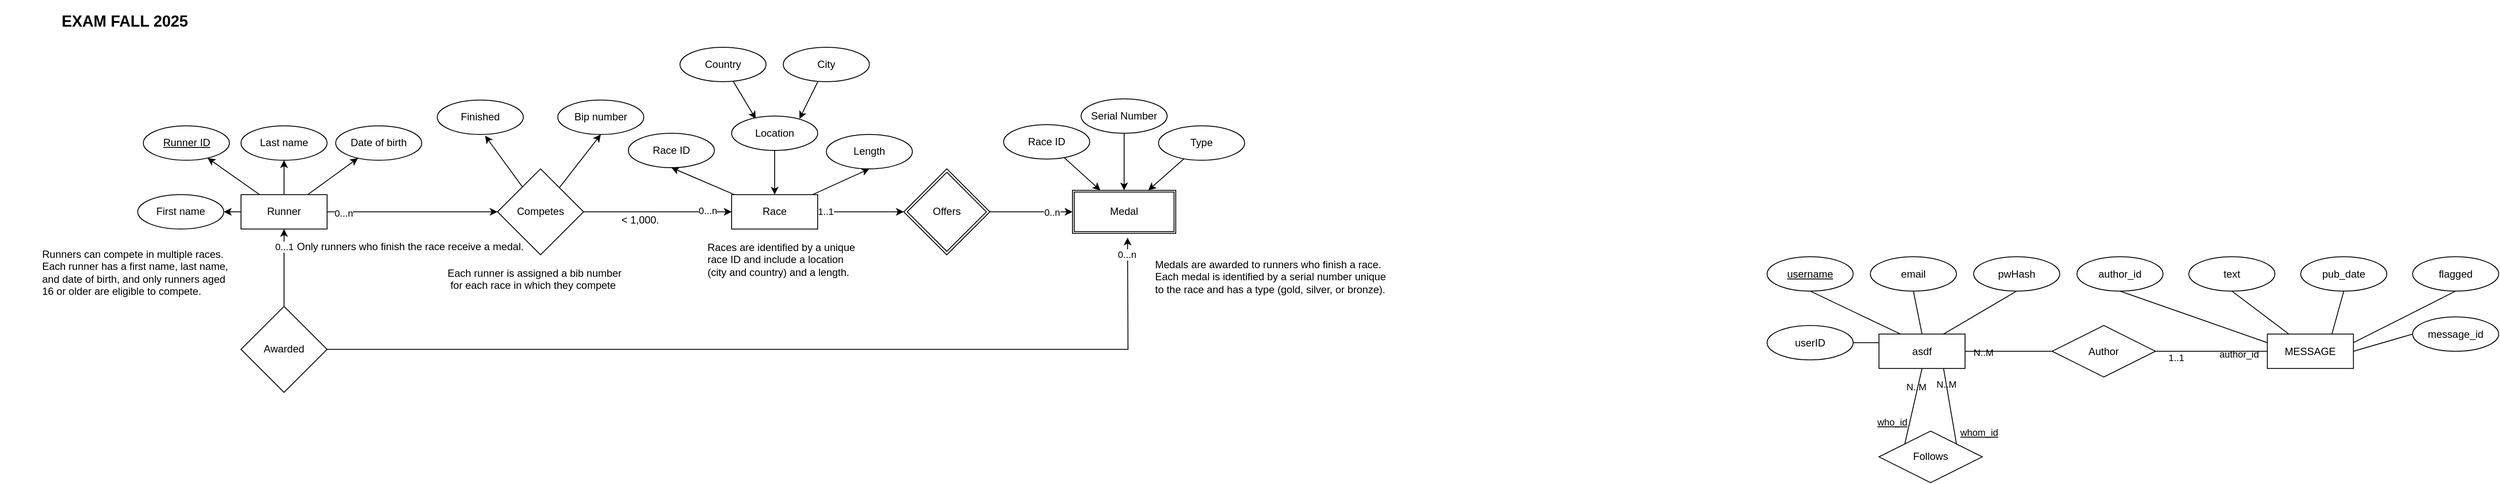
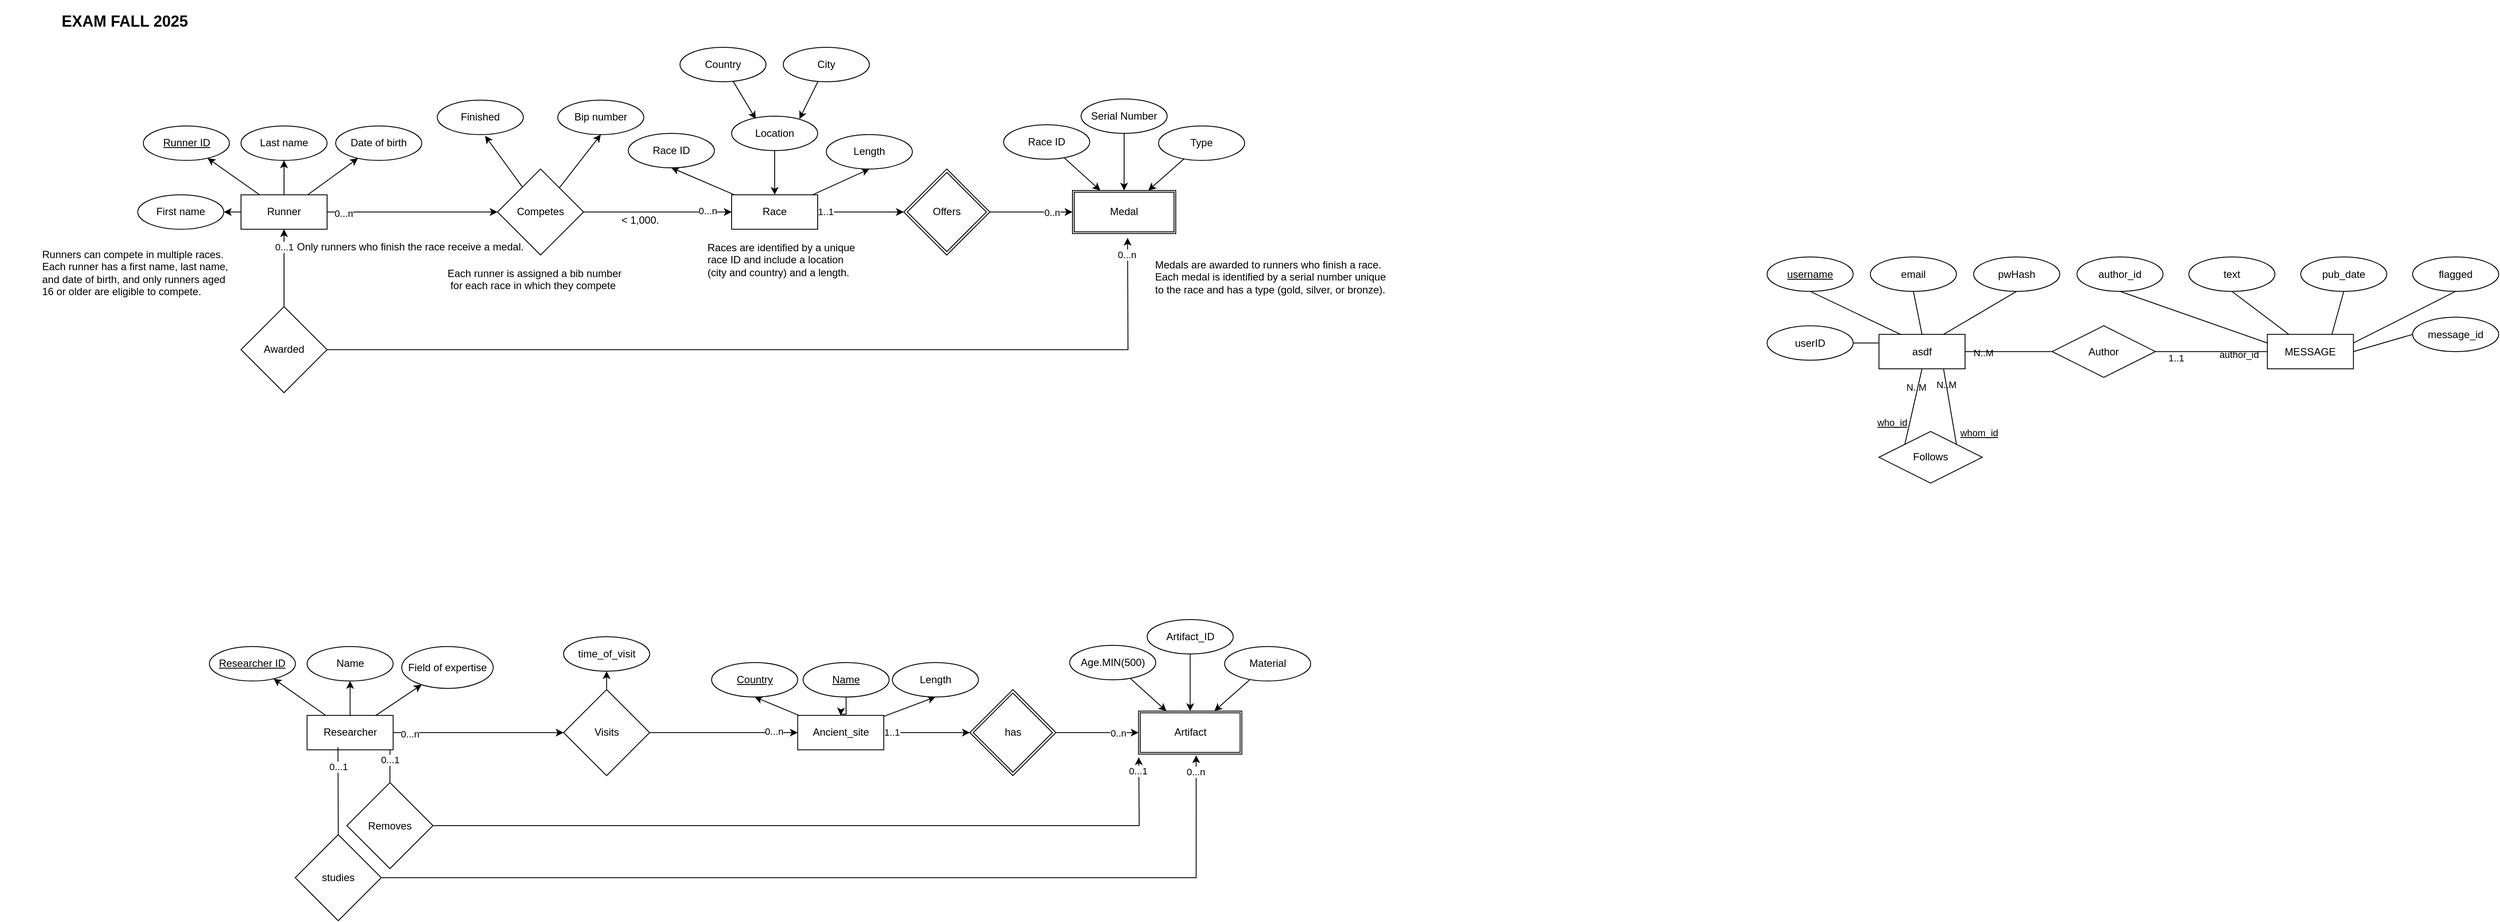
<mxfile host="app.diagrams.net">
  <diagram id="C5RBs43oDa-KdzZeNtuy" name="Page-1">
-     <mxGraphModel dx="1551" dy="530" grid="1" gridSize="10" guides="1" tooltips="1" connect="1" arrows="1" fold="1" page="1" pageScale="1" pageWidth="827" pageHeight="1169" math="0" shadow="0" adaptiveColors="none">
+     <mxGraphModel dx="1486" dy="342" grid="1" gridSize="10" guides="1" tooltips="1" connect="1" arrows="1" fold="1" page="1" pageScale="1" pageWidth="827" pageHeight="1169" math="0" shadow="0" adaptiveColors="none">
      <root>
        <mxCell id="WIyWlLk6GJQsqaUBKTNV-0" />
        <mxCell id="WIyWlLk6GJQsqaUBKTNV-1" parent="WIyWlLk6GJQsqaUBKTNV-0" />
        <mxCell id="LQYX68jRPm9GCqwUAX7i-1" parent="WIyWlLk6GJQsqaUBKTNV-1" style="whiteSpace=wrap;html=1;align=center;labelBackgroundColor=none;" value="asdf" vertex="1">
          <mxGeometry height="40" width="100" x="1389.9999877929688" y="418.6000122070312" as="geometry" />
        </mxCell>
        <mxCell id="LQYX68jRPm9GCqwUAX7i-2" parent="WIyWlLk6GJQsqaUBKTNV-1" style="whiteSpace=wrap;html=1;align=center;labelBackgroundColor=none;" value="MESSAGE" vertex="1">
          <mxGeometry height="40" width="100" x="1841.1999877929688" y="418.6000122070312" as="geometry" />
        </mxCell>
        <mxCell id="LQYX68jRPm9GCqwUAX7i-3" edge="1" parent="WIyWlLk6GJQsqaUBKTNV-1" source="LQYX68jRPm9GCqwUAX7i-4" style="rounded=0;orthogonalLoop=1;jettySize=auto;html=1;exitX=0.5;exitY=1;exitDx=0;exitDy=0;entryX=0.25;entryY=0;entryDx=0;entryDy=0;curved=1;endArrow=none;endFill=0;labelBackgroundColor=none;fontColor=default;" target="LQYX68jRPm9GCqwUAX7i-1">
          <mxGeometry relative="1" as="geometry" />
        </mxCell>
        <mxCell id="LQYX68jRPm9GCqwUAX7i-4" parent="WIyWlLk6GJQsqaUBKTNV-1" style="ellipse;whiteSpace=wrap;html=1;align=center;labelBackgroundColor=none;" value="&lt;u&gt;username&lt;/u&gt;" vertex="1">
          <mxGeometry height="40" width="100" x="1259.9999877929688" y="328.6000122070312" as="geometry" />
        </mxCell>
        <mxCell id="LQYX68jRPm9GCqwUAX7i-5" edge="1" parent="WIyWlLk6GJQsqaUBKTNV-1" source="LQYX68jRPm9GCqwUAX7i-6" style="rounded=0;orthogonalLoop=1;jettySize=auto;html=1;exitX=0.5;exitY=1;exitDx=0;exitDy=0;entryX=0.5;entryY=0;entryDx=0;entryDy=0;curved=1;endArrow=none;endFill=0;labelBackgroundColor=none;fontColor=default;" target="LQYX68jRPm9GCqwUAX7i-1">
          <mxGeometry relative="1" as="geometry" />
        </mxCell>
        <mxCell id="LQYX68jRPm9GCqwUAX7i-6" parent="WIyWlLk6GJQsqaUBKTNV-1" style="ellipse;whiteSpace=wrap;html=1;align=center;labelBackgroundColor=none;" value="email" vertex="1">
          <mxGeometry height="40" width="100" x="1379.9999877929688" y="328.6000122070312" as="geometry" />
        </mxCell>
        <mxCell id="LQYX68jRPm9GCqwUAX7i-7" edge="1" parent="WIyWlLk6GJQsqaUBKTNV-1" source="LQYX68jRPm9GCqwUAX7i-8" style="rounded=0;orthogonalLoop=1;jettySize=auto;html=1;exitX=0.5;exitY=1;exitDx=0;exitDy=0;entryX=0.75;entryY=0;entryDx=0;entryDy=0;curved=1;endArrow=none;endFill=0;labelBackgroundColor=none;fontColor=default;" target="LQYX68jRPm9GCqwUAX7i-1">
          <mxGeometry relative="1" as="geometry" />
        </mxCell>
        <mxCell id="LQYX68jRPm9GCqwUAX7i-8" parent="WIyWlLk6GJQsqaUBKTNV-1" style="ellipse;whiteSpace=wrap;html=1;align=center;labelBackgroundColor=none;" value="pwHash" vertex="1">
          <mxGeometry height="40" width="100" x="1499.9999877929688" y="328.6000122070312" as="geometry" />
        </mxCell>
        <mxCell id="LQYX68jRPm9GCqwUAX7i-9" edge="1" parent="WIyWlLk6GJQsqaUBKTNV-1" source="LQYX68jRPm9GCqwUAX7i-10" style="rounded=0;orthogonalLoop=1;jettySize=auto;html=1;exitX=0.5;exitY=1;exitDx=0;exitDy=0;entryX=0;entryY=0.25;entryDx=0;entryDy=0;curved=1;endArrow=none;endFill=0;labelBackgroundColor=none;fontColor=default;" target="LQYX68jRPm9GCqwUAX7i-2">
          <mxGeometry relative="1" as="geometry" />
        </mxCell>
        <mxCell id="LQYX68jRPm9GCqwUAX7i-10" parent="WIyWlLk6GJQsqaUBKTNV-1" style="ellipse;whiteSpace=wrap;html=1;align=center;labelBackgroundColor=none;" value="author_id" vertex="1">
          <mxGeometry height="40" width="100" x="1619.9999877929688" y="328.6000122070312" as="geometry" />
        </mxCell>
        <mxCell id="LQYX68jRPm9GCqwUAX7i-11" edge="1" parent="WIyWlLk6GJQsqaUBKTNV-1" source="LQYX68jRPm9GCqwUAX7i-12" style="rounded=0;orthogonalLoop=1;jettySize=auto;html=1;exitX=0.5;exitY=1;exitDx=0;exitDy=0;entryX=0.25;entryY=0;entryDx=0;entryDy=0;curved=1;endArrow=none;endFill=0;labelBackgroundColor=none;fontColor=default;" target="LQYX68jRPm9GCqwUAX7i-2">
          <mxGeometry relative="1" as="geometry" />
        </mxCell>
        <mxCell id="LQYX68jRPm9GCqwUAX7i-12" parent="WIyWlLk6GJQsqaUBKTNV-1" style="ellipse;whiteSpace=wrap;html=1;align=center;labelBackgroundColor=none;" value="text" vertex="1">
          <mxGeometry height="40" width="100" x="1749.9999877929688" y="328.6000122070312" as="geometry" />
        </mxCell>
        <mxCell id="LQYX68jRPm9GCqwUAX7i-13" parent="WIyWlLk6GJQsqaUBKTNV-1" style="ellipse;whiteSpace=wrap;html=1;align=center;labelBackgroundColor=none;" value="pub_date" vertex="1">
          <mxGeometry height="40" width="100" x="1879.9999877929688" y="328.6000122070312" as="geometry" />
        </mxCell>
        <mxCell id="LQYX68jRPm9GCqwUAX7i-14" parent="WIyWlLk6GJQsqaUBKTNV-1" style="ellipse;whiteSpace=wrap;html=1;align=center;labelBackgroundColor=none;" value="flagged" vertex="1">
          <mxGeometry height="40" width="100" x="2009.9999877929688" y="328.6000122070312" as="geometry" />
        </mxCell>
        <mxCell id="LQYX68jRPm9GCqwUAX7i-15" edge="1" parent="WIyWlLk6GJQsqaUBKTNV-1" source="LQYX68jRPm9GCqwUAX7i-13" style="rounded=0;orthogonalLoop=1;jettySize=auto;html=1;exitX=0.5;exitY=1;exitDx=0;exitDy=0;entryX=0.75;entryY=0;entryDx=0;entryDy=0;curved=1;endArrow=none;endFill=0;labelBackgroundColor=none;fontColor=default;" target="LQYX68jRPm9GCqwUAX7i-2">
          <mxGeometry relative="1" as="geometry">
            <mxPoint x="1849.9999877929688" y="388.6000122070312" as="sourcePoint" />
            <mxPoint x="1894.9999877929688" y="428.6000122070312" as="targetPoint" />
          </mxGeometry>
        </mxCell>
        <mxCell id="LQYX68jRPm9GCqwUAX7i-16" edge="1" parent="WIyWlLk6GJQsqaUBKTNV-1" source="LQYX68jRPm9GCqwUAX7i-2" style="rounded=0;orthogonalLoop=1;jettySize=auto;html=1;exitX=1;exitY=0.25;exitDx=0;exitDy=0;entryX=0.5;entryY=1;entryDx=0;entryDy=0;curved=1;endArrow=none;endFill=0;labelBackgroundColor=none;fontColor=default;" target="LQYX68jRPm9GCqwUAX7i-14">
          <mxGeometry relative="1" as="geometry">
            <mxPoint x="1969.9999877929688" y="398.6000122070312" as="sourcePoint" />
            <mxPoint x="2014.9999877929688" y="438.6000122070312" as="targetPoint" />
          </mxGeometry>
        </mxCell>
        <mxCell id="LQYX68jRPm9GCqwUAX7i-17" parent="WIyWlLk6GJQsqaUBKTNV-1" style="ellipse;whiteSpace=wrap;html=1;align=center;labelBackgroundColor=none;" value="userID" vertex="1">
          <mxGeometry height="40" width="100" x="1259.9999877929688" y="408.6000122070312" as="geometry" />
        </mxCell>
        <mxCell id="LQYX68jRPm9GCqwUAX7i-18" edge="1" parent="WIyWlLk6GJQsqaUBKTNV-1" source="LQYX68jRPm9GCqwUAX7i-17" style="rounded=0;orthogonalLoop=1;jettySize=auto;html=1;exitX=1;exitY=0.5;exitDx=0;exitDy=0;entryX=0;entryY=0.25;entryDx=0;entryDy=0;curved=1;endArrow=none;endFill=0;labelBackgroundColor=none;fontColor=default;" target="LQYX68jRPm9GCqwUAX7i-1">
          <mxGeometry relative="1" as="geometry">
            <mxPoint x="1359.9999877929688" y="388.6000122070312" as="sourcePoint" />
            <mxPoint x="1454.9999877929688" y="428.6000122070312" as="targetPoint" />
          </mxGeometry>
        </mxCell>
        <mxCell id="LQYX68jRPm9GCqwUAX7i-19" edge="1" parent="WIyWlLk6GJQsqaUBKTNV-1" source="LQYX68jRPm9GCqwUAX7i-25" style="rounded=0;orthogonalLoop=1;jettySize=auto;html=1;exitX=0;exitY=0;exitDx=0;exitDy=0;entryX=0.5;entryY=1;entryDx=0;entryDy=0;endArrow=none;endFill=0;labelBackgroundColor=none;fontColor=default;" target="LQYX68jRPm9GCqwUAX7i-1">
          <mxGeometry relative="1" as="geometry">
            <mxPoint x="1479.9999877929688" y="533.6000122070312" as="sourcePoint" />
            <mxPoint x="1409.9999877929688" y="448.6000122070312" as="targetPoint" />
          </mxGeometry>
        </mxCell>
        <mxCell id="LQYX68jRPm9GCqwUAX7i-20" connectable="0" parent="LQYX68jRPm9GCqwUAX7i-19" style="edgeLabel;html=1;align=center;verticalAlign=middle;resizable=0;points=[];labelBackgroundColor=none;" value="&lt;u&gt;who_id&lt;/u&gt;" vertex="1">
          <mxGeometry relative="1" x="-0.4968" y="10" as="geometry">
            <mxPoint x="-10" y="-1" as="offset" />
          </mxGeometry>
        </mxCell>
        <mxCell id="LQYX68jRPm9GCqwUAX7i-21" connectable="0" parent="LQYX68jRPm9GCqwUAX7i-19" style="edgeLabel;html=1;align=center;verticalAlign=middle;resizable=0;points=[];labelBackgroundColor=none;" value="N..M" vertex="1">
          <mxGeometry relative="1" x="0.5137" y="2" as="geometry">
            <mxPoint as="offset" />
          </mxGeometry>
        </mxCell>
        <mxCell id="LQYX68jRPm9GCqwUAX7i-22" edge="1" parent="WIyWlLk6GJQsqaUBKTNV-1" source="LQYX68jRPm9GCqwUAX7i-25" style="rounded=0;orthogonalLoop=1;jettySize=auto;html=1;exitX=1;exitY=0;exitDx=0;exitDy=0;entryX=0.75;entryY=1;entryDx=0;entryDy=0;endArrow=none;endFill=0;labelBackgroundColor=none;fontColor=default;" target="LQYX68jRPm9GCqwUAX7i-1">
          <mxGeometry relative="1" as="geometry" />
        </mxCell>
        <mxCell id="LQYX68jRPm9GCqwUAX7i-23" connectable="0" parent="LQYX68jRPm9GCqwUAX7i-22" style="edgeLabel;html=1;align=center;verticalAlign=middle;resizable=0;points=[];labelBackgroundColor=none;" value="&lt;u&gt;whom_id&lt;/u&gt;" vertex="1">
          <mxGeometry relative="1" x="-0.4775" y="5" as="geometry">
            <mxPoint x="35" y="9" as="offset" />
          </mxGeometry>
        </mxCell>
        <mxCell id="LQYX68jRPm9GCqwUAX7i-24" connectable="0" parent="LQYX68jRPm9GCqwUAX7i-22" style="edgeLabel;html=1;align=center;verticalAlign=middle;resizable=0;points=[];labelBackgroundColor=none;" value="N..M" vertex="1">
          <mxGeometry relative="1" x="0.5905" as="geometry">
            <mxPoint as="offset" />
          </mxGeometry>
        </mxCell>
        <mxCell id="LQYX68jRPm9GCqwUAX7i-25" parent="WIyWlLk6GJQsqaUBKTNV-1" style="shape=rhombus;perimeter=rhombusPerimeter;whiteSpace=wrap;html=1;align=center;labelBackgroundColor=none;" value="Follows" vertex="1">
          <mxGeometry height="60" width="120" x="1389.9999877929688" y="531.4000122070312" as="geometry" />
        </mxCell>
        <mxCell id="LQYX68jRPm9GCqwUAX7i-26" parent="WIyWlLk6GJQsqaUBKTNV-1" style="shape=rhombus;perimeter=rhombusPerimeter;whiteSpace=wrap;html=1;align=center;labelBackgroundColor=none;" value="Author" vertex="1">
          <mxGeometry height="60" width="120" x="1591.1999877929688" y="408.6000122070312" as="geometry" />
        </mxCell>
        <mxCell id="LQYX68jRPm9GCqwUAX7i-27" edge="1" parent="WIyWlLk6GJQsqaUBKTNV-1" source="LQYX68jRPm9GCqwUAX7i-26" style="rounded=0;orthogonalLoop=1;jettySize=auto;html=1;exitX=0;exitY=0.5;exitDx=0;exitDy=0;entryX=1;entryY=0.5;entryDx=0;entryDy=0;curved=1;endArrow=none;endFill=0;labelBackgroundColor=none;fontColor=default;" target="LQYX68jRPm9GCqwUAX7i-1">
          <mxGeometry relative="1" as="geometry">
            <mxPoint x="1584.9999877929688" y="388.6000122070312" as="sourcePoint" />
            <mxPoint x="1489.9999877929688" y="428.6000122070312" as="targetPoint" />
          </mxGeometry>
        </mxCell>
        <mxCell id="LQYX68jRPm9GCqwUAX7i-28" connectable="0" parent="LQYX68jRPm9GCqwUAX7i-27" style="edgeLabel;html=1;align=center;verticalAlign=middle;resizable=0;points=[];labelBackgroundColor=none;" value="N..M" vertex="1">
          <mxGeometry relative="1" x="0.1397" as="geometry">
            <mxPoint x="-23" y="1" as="offset" />
          </mxGeometry>
        </mxCell>
        <mxCell id="LQYX68jRPm9GCqwUAX7i-29" edge="1" parent="WIyWlLk6GJQsqaUBKTNV-1" source="LQYX68jRPm9GCqwUAX7i-2" style="rounded=0;orthogonalLoop=1;jettySize=auto;html=1;exitX=0;exitY=0.5;exitDx=0;exitDy=0;entryX=1;entryY=0.5;entryDx=0;entryDy=0;curved=1;endArrow=none;endFill=0;labelBackgroundColor=none;fontColor=default;" target="LQYX68jRPm9GCqwUAX7i-26">
          <mxGeometry relative="1" as="geometry">
            <mxPoint x="1854.9999877929688" y="458.6000122070312" as="sourcePoint" />
            <mxPoint x="1759.9999877929688" y="498.6000122070312" as="targetPoint" />
          </mxGeometry>
        </mxCell>
        <mxCell id="LQYX68jRPm9GCqwUAX7i-30" connectable="0" parent="LQYX68jRPm9GCqwUAX7i-29" style="edgeLabel;html=1;align=center;verticalAlign=middle;resizable=0;points=[];labelBackgroundColor=none;" value="1..1" vertex="1">
          <mxGeometry relative="1" x="0.3261" y="-1" as="geometry">
            <mxPoint x="-20" y="8" as="offset" />
          </mxGeometry>
        </mxCell>
        <mxCell id="LQYX68jRPm9GCqwUAX7i-31" connectable="0" parent="LQYX68jRPm9GCqwUAX7i-29" style="edgeLabel;html=1;align=center;verticalAlign=middle;resizable=0;points=[];labelBackgroundColor=none;" value="author_id" vertex="1">
          <mxGeometry relative="1" x="-0.3189" y="-1" as="geometry">
            <mxPoint x="11" y="4" as="offset" />
          </mxGeometry>
        </mxCell>
        <mxCell id="LQYX68jRPm9GCqwUAX7i-32" parent="WIyWlLk6GJQsqaUBKTNV-1" style="ellipse;whiteSpace=wrap;html=1;align=center;labelBackgroundColor=none;" value="message_id" vertex="1">
          <mxGeometry height="40" width="100" x="2009.9999877929688" y="398.6000122070312" as="geometry" />
        </mxCell>
        <mxCell id="LQYX68jRPm9GCqwUAX7i-33" edge="1" parent="WIyWlLk6GJQsqaUBKTNV-1" source="LQYX68jRPm9GCqwUAX7i-2" style="rounded=0;orthogonalLoop=1;jettySize=auto;html=1;exitX=1;exitY=0.5;exitDx=0;exitDy=0;entryX=0;entryY=0.5;entryDx=0;entryDy=0;curved=1;endArrow=none;endFill=0;labelBackgroundColor=none;fontColor=default;" target="LQYX68jRPm9GCqwUAX7i-32">
          <mxGeometry relative="1" as="geometry">
            <mxPoint x="1939.9999877929688" y="458.6000122070312" as="sourcePoint" />
            <mxPoint x="2079.9999877929686" y="408.6000122070312" as="targetPoint" />
          </mxGeometry>
        </mxCell>
-         <mxCell id="F2FqlCfq9nmoX4ovO8zy-6" edge="1" parent="WIyWlLk6GJQsqaUBKTNV-1" source="F2FqlCfq9nmoX4ovO8zy-0" style="edgeStyle=orthogonalEdgeStyle;rounded=1;orthogonalLoop=1;jettySize=auto;html=1;labelBackgroundColor=none;fontColor=default;" target="F2FqlCfq9nmoX4ovO8zy-4" value="&amp;nbsp; ">
+         <mxCell id="F2FqlCfq9nmoX4ovO8zy-6" edge="1" parent="WIyWlLk6GJQsqaUBKTNV-1" source="F2FqlCfq9nmoX4ovO8zy-0" style="edgeStyle=orthogonalEdgeStyle;rounded=1;orthogonalLoop=1;jettySize=auto;html=1;labelBackgroundColor=none;fontColor=default;" target="F2FqlCfq9nmoX4ovO8zy-4" value=" ">
          <mxGeometry relative="1" as="geometry" />
        </mxCell>
        <mxCell id="F2FqlCfq9nmoX4ovO8zy-7" edge="1" parent="WIyWlLk6GJQsqaUBKTNV-1" source="F2FqlCfq9nmoX4ovO8zy-0" style="rounded=1;orthogonalLoop=1;jettySize=auto;html=1;labelBackgroundColor=none;fontColor=default;" target="F2FqlCfq9nmoX4ovO8zy-2">
          <mxGeometry relative="1" as="geometry" />
        </mxCell>
        <mxCell id="F2FqlCfq9nmoX4ovO8zy-8" edge="1" parent="WIyWlLk6GJQsqaUBKTNV-1" source="F2FqlCfq9nmoX4ovO8zy-0" style="rounded=1;orthogonalLoop=1;jettySize=auto;html=1;labelBackgroundColor=none;fontColor=default;" target="F2FqlCfq9nmoX4ovO8zy-5">
          <mxGeometry relative="1" as="geometry" />
        </mxCell>
        <mxCell id="F2FqlCfq9nmoX4ovO8zy-9" edge="1" parent="WIyWlLk6GJQsqaUBKTNV-1" source="F2FqlCfq9nmoX4ovO8zy-0" style="edgeStyle=orthogonalEdgeStyle;rounded=1;orthogonalLoop=1;jettySize=auto;html=1;labelBackgroundColor=none;fontColor=default;" target="F2FqlCfq9nmoX4ovO8zy-3" value="">
          <mxGeometry relative="1" as="geometry" />
        </mxCell>
        <mxCell id="F2FqlCfq9nmoX4ovO8zy-11" edge="1" parent="WIyWlLk6GJQsqaUBKTNV-1" source="F2FqlCfq9nmoX4ovO8zy-0" style="edgeStyle=orthogonalEdgeStyle;rounded=1;orthogonalLoop=1;jettySize=auto;html=1;entryX=0;entryY=0.5;entryDx=0;entryDy=0;labelBackgroundColor=none;fontColor=default;" target="F2FqlCfq9nmoX4ovO8zy-10">
          <mxGeometry relative="1" as="geometry" />
        </mxCell>
        <mxCell id="F2FqlCfq9nmoX4ovO8zy-46" connectable="0" parent="F2FqlCfq9nmoX4ovO8zy-11" style="edgeLabel;html=1;align=center;verticalAlign=middle;resizable=0;points=[];" value="0...n" vertex="1">
          <mxGeometry relative="1" x="-0.815" y="-1" as="geometry">
            <mxPoint as="offset" />
          </mxGeometry>
        </mxCell>
        <mxCell id="F2FqlCfq9nmoX4ovO8zy-0" parent="WIyWlLk6GJQsqaUBKTNV-1" style="whiteSpace=wrap;html=1;align=center;labelBackgroundColor=none;" value="Runner" vertex="1">
          <mxGeometry height="40" width="100" x="-513" y="256.4" as="geometry" />
        </mxCell>
        <mxCell id="F2FqlCfq9nmoX4ovO8zy-2" parent="WIyWlLk6GJQsqaUBKTNV-1" style="ellipse;whiteSpace=wrap;html=1;align=center;labelBackgroundColor=none;" value="&lt;u&gt;Runner ID&lt;/u&gt;" vertex="1">
          <mxGeometry height="40" width="100" x="-626.5" y="176.39999999999998" as="geometry" />
        </mxCell>
        <mxCell id="F2FqlCfq9nmoX4ovO8zy-3" parent="WIyWlLk6GJQsqaUBKTNV-1" style="ellipse;whiteSpace=wrap;html=1;align=center;labelBackgroundColor=none;" value="First name" vertex="1">
          <mxGeometry height="40" width="100" x="-633" y="256.4" as="geometry" />
        </mxCell>
        <mxCell id="F2FqlCfq9nmoX4ovO8zy-4" parent="WIyWlLk6GJQsqaUBKTNV-1" style="ellipse;whiteSpace=wrap;html=1;align=center;labelBackgroundColor=none;" value="Last name" vertex="1">
          <mxGeometry height="40" width="100" x="-513" y="176.39999999999998" as="geometry" />
        </mxCell>
        <mxCell id="F2FqlCfq9nmoX4ovO8zy-5" parent="WIyWlLk6GJQsqaUBKTNV-1" style="ellipse;whiteSpace=wrap;html=1;align=center;labelBackgroundColor=none;" value="Date of birth" vertex="1">
          <mxGeometry height="40" width="100" x="-403" y="176.39999999999998" as="geometry" />
        </mxCell>
        <mxCell id="F2FqlCfq9nmoX4ovO8zy-15" edge="1" parent="WIyWlLk6GJQsqaUBKTNV-1" source="F2FqlCfq9nmoX4ovO8zy-10" style="rounded=1;orthogonalLoop=1;jettySize=auto;html=1;entryX=0.5;entryY=1;entryDx=0;entryDy=0;labelBackgroundColor=none;fontColor=default;" target="F2FqlCfq9nmoX4ovO8zy-13">
          <mxGeometry relative="1" as="geometry" />
        </mxCell>
        <mxCell id="F2FqlCfq9nmoX4ovO8zy-17" edge="1" parent="WIyWlLk6GJQsqaUBKTNV-1" source="F2FqlCfq9nmoX4ovO8zy-10" style="edgeStyle=orthogonalEdgeStyle;rounded=1;orthogonalLoop=1;jettySize=auto;html=1;entryX=0;entryY=0.5;entryDx=0;entryDy=0;labelBackgroundColor=none;fontColor=default;" target="F2FqlCfq9nmoX4ovO8zy-16">
          <mxGeometry relative="1" as="geometry" />
        </mxCell>
        <mxCell id="F2FqlCfq9nmoX4ovO8zy-47" connectable="0" parent="F2FqlCfq9nmoX4ovO8zy-17" style="edgeLabel;html=1;align=center;verticalAlign=middle;resizable=0;points=[];" value="0...n" vertex="1">
          <mxGeometry relative="1" x="0.6714" y="2" as="geometry">
            <mxPoint as="offset" />
          </mxGeometry>
        </mxCell>
        <mxCell id="F2FqlCfq9nmoX4ovO8zy-10" parent="WIyWlLk6GJQsqaUBKTNV-1" style="shape=rhombus;perimeter=rhombusPerimeter;whiteSpace=wrap;html=1;align=center;labelBackgroundColor=none;" value="Competes" vertex="1">
          <mxGeometry height="100" width="100" x="-215" y="226.39999999999998" as="geometry" />
        </mxCell>
        <mxCell id="F2FqlCfq9nmoX4ovO8zy-12" parent="WIyWlLk6GJQsqaUBKTNV-1" style="ellipse;whiteSpace=wrap;html=1;align=center;labelBackgroundColor=none;" value="Finished" vertex="1">
          <mxGeometry height="40" width="100" x="-285" y="146.39999999999998" as="geometry" />
        </mxCell>
        <mxCell id="F2FqlCfq9nmoX4ovO8zy-13" parent="WIyWlLk6GJQsqaUBKTNV-1" style="ellipse;whiteSpace=wrap;html=1;align=center;labelBackgroundColor=none;" value="Bip number" vertex="1">
          <mxGeometry height="40" width="100" x="-145" y="146.39999999999998" as="geometry" />
        </mxCell>
        <mxCell id="F2FqlCfq9nmoX4ovO8zy-14" edge="1" parent="WIyWlLk6GJQsqaUBKTNV-1" source="F2FqlCfq9nmoX4ovO8zy-10" style="rounded=1;orthogonalLoop=1;jettySize=auto;html=1;entryX=0.556;entryY=1.036;entryDx=0;entryDy=0;entryPerimeter=0;labelBackgroundColor=none;fontColor=default;" target="F2FqlCfq9nmoX4ovO8zy-12">
          <mxGeometry relative="1" as="geometry" />
        </mxCell>
        <mxCell id="F2FqlCfq9nmoX4ovO8zy-21" edge="1" parent="WIyWlLk6GJQsqaUBKTNV-1" source="F2FqlCfq9nmoX4ovO8zy-16" style="rounded=1;orthogonalLoop=1;jettySize=auto;html=1;entryX=0.5;entryY=1;entryDx=0;entryDy=0;labelBackgroundColor=none;fontColor=default;" target="F2FqlCfq9nmoX4ovO8zy-18">
          <mxGeometry relative="1" as="geometry" />
        </mxCell>
        <mxCell id="F2FqlCfq9nmoX4ovO8zy-23" edge="1" parent="WIyWlLk6GJQsqaUBKTNV-1" source="F2FqlCfq9nmoX4ovO8zy-16" style="rounded=1;orthogonalLoop=1;jettySize=auto;html=1;entryX=0.5;entryY=1;entryDx=0;entryDy=0;labelBackgroundColor=none;fontColor=default;" target="F2FqlCfq9nmoX4ovO8zy-19">
          <mxGeometry relative="1" as="geometry" />
        </mxCell>
        <mxCell id="F2FqlCfq9nmoX4ovO8zy-30" edge="1" parent="WIyWlLk6GJQsqaUBKTNV-1" source="F2FqlCfq9nmoX4ovO8zy-16" style="edgeStyle=orthogonalEdgeStyle;rounded=0;orthogonalLoop=1;jettySize=auto;html=1;entryX=0;entryY=0.5;entryDx=0;entryDy=0;" target="F2FqlCfq9nmoX4ovO8zy-24">
          <mxGeometry relative="1" as="geometry" />
        </mxCell>
        <mxCell id="AUiZwcDKoIRUCSL8pA2W-0" connectable="0" parent="F2FqlCfq9nmoX4ovO8zy-30" style="edgeLabel;html=1;align=center;verticalAlign=middle;resizable=0;points=[];" value="1..1" vertex="1">
          <mxGeometry relative="1" x="-0.8209" y="1" as="geometry">
            <mxPoint as="offset" />
          </mxGeometry>
        </mxCell>
        <mxCell id="F2FqlCfq9nmoX4ovO8zy-16" parent="WIyWlLk6GJQsqaUBKTNV-1" style="whiteSpace=wrap;html=1;align=center;labelBackgroundColor=none;" value="Race" vertex="1">
          <mxGeometry height="40" width="100" x="57" y="256.4" as="geometry" />
        </mxCell>
        <mxCell id="F2FqlCfq9nmoX4ovO8zy-18" parent="WIyWlLk6GJQsqaUBKTNV-1" style="ellipse;whiteSpace=wrap;html=1;align=center;labelBackgroundColor=none;" value="Race ID" vertex="1">
          <mxGeometry height="40" width="100" x="-63" y="185" as="geometry" />
        </mxCell>
        <mxCell id="F2FqlCfq9nmoX4ovO8zy-19" parent="WIyWlLk6GJQsqaUBKTNV-1" style="ellipse;whiteSpace=wrap;html=1;align=center;labelBackgroundColor=none;" value="Length" vertex="1">
          <mxGeometry height="40" width="100" x="167" y="186.39999999999998" as="geometry" />
        </mxCell>
        <mxCell id="F2FqlCfq9nmoX4ovO8zy-29" edge="1" parent="WIyWlLk6GJQsqaUBKTNV-1" source="F2FqlCfq9nmoX4ovO8zy-20" style="rounded=0;orthogonalLoop=1;jettySize=auto;html=1;entryX=0.281;entryY=0.083;entryDx=0;entryDy=0;entryPerimeter=0;" target="F2FqlCfq9nmoX4ovO8zy-56">
          <mxGeometry relative="1" as="geometry" />
        </mxCell>
        <mxCell id="F2FqlCfq9nmoX4ovO8zy-20" parent="WIyWlLk6GJQsqaUBKTNV-1" style="ellipse;whiteSpace=wrap;html=1;align=center;labelBackgroundColor=none;" value="Country" vertex="1">
          <mxGeometry height="40" width="100" x="-3" y="85.00000000000003" as="geometry" />
        </mxCell>
        <mxCell id="F2FqlCfq9nmoX4ovO8zy-32" edge="1" parent="WIyWlLk6GJQsqaUBKTNV-1" source="F2FqlCfq9nmoX4ovO8zy-24" style="edgeStyle=orthogonalEdgeStyle;rounded=0;orthogonalLoop=1;jettySize=auto;html=1;" target="F2FqlCfq9nmoX4ovO8zy-31" value="">
          <mxGeometry relative="1" as="geometry" />
        </mxCell>
        <mxCell id="AUiZwcDKoIRUCSL8pA2W-1" connectable="0" parent="F2FqlCfq9nmoX4ovO8zy-32" style="edgeLabel;html=1;align=center;verticalAlign=middle;resizable=0;points=[];" value="0..n" vertex="1">
          <mxGeometry relative="1" x="0.485" as="geometry">
            <mxPoint as="offset" />
          </mxGeometry>
        </mxCell>
        <mxCell id="F2FqlCfq9nmoX4ovO8zy-24" parent="WIyWlLk6GJQsqaUBKTNV-1" style="shape=rhombus;perimeter=rhombusPerimeter;whiteSpace=wrap;html=1;align=center;labelBackgroundColor=none;double=1;" value="Offers" vertex="1">
          <mxGeometry height="100" width="100" x="257" y="226.39999999999998" as="geometry" />
        </mxCell>
        <mxCell id="F2FqlCfq9nmoX4ovO8zy-28" edge="1" parent="WIyWlLk6GJQsqaUBKTNV-1" source="F2FqlCfq9nmoX4ovO8zy-26" style="rounded=0;orthogonalLoop=1;jettySize=auto;html=1;entryX=0.788;entryY=0.082;entryDx=0;entryDy=0;entryPerimeter=0;" target="F2FqlCfq9nmoX4ovO8zy-56">
          <mxGeometry relative="1" as="geometry" />
        </mxCell>
        <mxCell id="F2FqlCfq9nmoX4ovO8zy-26" parent="WIyWlLk6GJQsqaUBKTNV-1" style="ellipse;whiteSpace=wrap;html=1;align=center;labelBackgroundColor=none;" value="City" vertex="1">
          <mxGeometry height="40" width="100" x="117" y="85.00000000000009" as="geometry" />
        </mxCell>
        <mxCell id="F2FqlCfq9nmoX4ovO8zy-31" parent="WIyWlLk6GJQsqaUBKTNV-1" style="shape=ext;double=1;rounded=0;whiteSpace=wrap;html=1;" value="Medal" vertex="1">
          <mxGeometry height="50" width="120" x="453" y="251.39999999999998" as="geometry" />
        </mxCell>
        <mxCell id="F2FqlCfq9nmoX4ovO8zy-34" edge="1" parent="WIyWlLk6GJQsqaUBKTNV-1" source="F2FqlCfq9nmoX4ovO8zy-33" style="rounded=0;orthogonalLoop=1;jettySize=auto;html=1;" target="F2FqlCfq9nmoX4ovO8zy-31">
          <mxGeometry relative="1" as="geometry" />
        </mxCell>
        <mxCell id="F2FqlCfq9nmoX4ovO8zy-33" parent="WIyWlLk6GJQsqaUBKTNV-1" style="ellipse;whiteSpace=wrap;html=1;align=center;labelBackgroundColor=none;" value="Race ID" vertex="1">
          <mxGeometry height="40" width="100" x="373" y="175" as="geometry" />
        </mxCell>
        <mxCell id="F2FqlCfq9nmoX4ovO8zy-37" edge="1" parent="WIyWlLk6GJQsqaUBKTNV-1" source="F2FqlCfq9nmoX4ovO8zy-35" style="edgeStyle=orthogonalEdgeStyle;rounded=0;orthogonalLoop=1;jettySize=auto;html=1;" target="F2FqlCfq9nmoX4ovO8zy-31" value="">
          <mxGeometry relative="1" as="geometry" />
        </mxCell>
        <mxCell id="F2FqlCfq9nmoX4ovO8zy-35" parent="WIyWlLk6GJQsqaUBKTNV-1" style="ellipse;whiteSpace=wrap;html=1;align=center;labelBackgroundColor=none;" value="Serial Number" vertex="1">
          <mxGeometry height="40" width="100" x="463" y="145" as="geometry" />
        </mxCell>
        <mxCell id="F2FqlCfq9nmoX4ovO8zy-39" edge="1" parent="WIyWlLk6GJQsqaUBKTNV-1" source="F2FqlCfq9nmoX4ovO8zy-38" style="rounded=0;orthogonalLoop=1;jettySize=auto;html=1;" target="F2FqlCfq9nmoX4ovO8zy-31">
          <mxGeometry relative="1" as="geometry" />
        </mxCell>
        <mxCell id="F2FqlCfq9nmoX4ovO8zy-38" parent="WIyWlLk6GJQsqaUBKTNV-1" style="ellipse;whiteSpace=wrap;html=1;align=center;labelBackgroundColor=none;" value="Type" vertex="1">
          <mxGeometry height="40" width="100" x="553" y="176.39999999999998" as="geometry" />
        </mxCell>
        <mxCell id="F2FqlCfq9nmoX4ovO8zy-41" parent="WIyWlLk6GJQsqaUBKTNV-1" style="text;whiteSpace=wrap;" value="Races are identified by a unique &#xa;race ID and include a location &#xa;(city and country) and a length." vertex="1">
          <mxGeometry height="70" width="180" x="27" y="304.25" as="geometry" />
        </mxCell>
        <mxCell id="F2FqlCfq9nmoX4ovO8zy-43" parent="WIyWlLk6GJQsqaUBKTNV-1" style="text;whiteSpace=wrap;" value="Medals are awarded to runners who finish a race. &#xa;Each medal is identified by a serial number unique &#xa;to the race and has a type (gold, silver, or bronze)." vertex="1">
          <mxGeometry height="50" width="280" x="547" y="324.25" as="geometry" />
        </mxCell>
        <mxCell id="F2FqlCfq9nmoX4ovO8zy-45" parent="WIyWlLk6GJQsqaUBKTNV-1" style="text;whiteSpace=wrap;" value="Each runner is assigned a bib number&#xa; for each race in which they compete" vertex="1">
          <mxGeometry height="40" width="220" x="-275" y="334.25" as="geometry" />
        </mxCell>
        <mxCell id="F2FqlCfq9nmoX4ovO8zy-49" parent="WIyWlLk6GJQsqaUBKTNV-1" style="text;whiteSpace=wrap;" value="Runners can compete in multiple races. &#xa;Each runner has a first name, last name,&#xa;and date of birth, and only runners aged &#xa;16 or older are eligible to compete." vertex="1">
          <mxGeometry height="74.3" width="220" x="-746.5" y="312.1" as="geometry" />
        </mxCell>
        <mxCell id="F2FqlCfq9nmoX4ovO8zy-51" edge="1" parent="WIyWlLk6GJQsqaUBKTNV-1" source="F2FqlCfq9nmoX4ovO8zy-50" style="rounded=0;orthogonalLoop=1;jettySize=auto;html=1;exitX=0.5;exitY=0;exitDx=0;exitDy=0;" target="F2FqlCfq9nmoX4ovO8zy-0">
          <mxGeometry relative="1" as="geometry" />
        </mxCell>
        <mxCell id="F2FqlCfq9nmoX4ovO8zy-52" connectable="0" parent="F2FqlCfq9nmoX4ovO8zy-51" style="edgeLabel;html=1;align=center;verticalAlign=middle;resizable=0;points=[];" value="0...1" vertex="1">
          <mxGeometry relative="1" x="0.6387" y="2" as="geometry">
            <mxPoint x="2" y="4" as="offset" />
          </mxGeometry>
        </mxCell>
        <mxCell id="F2FqlCfq9nmoX4ovO8zy-53" edge="1" parent="WIyWlLk6GJQsqaUBKTNV-1" source="F2FqlCfq9nmoX4ovO8zy-50" style="edgeStyle=orthogonalEdgeStyle;rounded=0;orthogonalLoop=1;jettySize=auto;html=1;">
          <mxGeometry relative="1" as="geometry">
            <mxPoint x="517" y="306.39999999999975" as="targetPoint" />
          </mxGeometry>
        </mxCell>
        <mxCell id="F2FqlCfq9nmoX4ovO8zy-54" connectable="0" parent="F2FqlCfq9nmoX4ovO8zy-53" style="edgeLabel;html=1;align=center;verticalAlign=middle;resizable=0;points=[];" value="0...n" vertex="1">
          <mxGeometry relative="1" x="0.964" y="1" as="geometry">
            <mxPoint as="offset" />
          </mxGeometry>
        </mxCell>
        <mxCell id="F2FqlCfq9nmoX4ovO8zy-50" parent="WIyWlLk6GJQsqaUBKTNV-1" style="shape=rhombus;perimeter=rhombusPerimeter;whiteSpace=wrap;html=1;align=center;labelBackgroundColor=none;" value="Awarded" vertex="1">
          <mxGeometry height="100" width="100" x="-513" y="386.4" as="geometry" />
        </mxCell>
        <mxCell id="F2FqlCfq9nmoX4ovO8zy-55" parent="WIyWlLk6GJQsqaUBKTNV-1" style="text;whiteSpace=wrap;" value="Only runners who finish the race receive a medal." vertex="1">
          <mxGeometry height="40" width="300" x="-450" y="303.4" as="geometry" />
        </mxCell>
        <mxCell id="F2FqlCfq9nmoX4ovO8zy-57" edge="1" parent="WIyWlLk6GJQsqaUBKTNV-1" source="F2FqlCfq9nmoX4ovO8zy-56" style="edgeStyle=orthogonalEdgeStyle;rounded=0;orthogonalLoop=1;jettySize=auto;html=1;entryX=0.5;entryY=0;entryDx=0;entryDy=0;" target="F2FqlCfq9nmoX4ovO8zy-16" value="">
          <mxGeometry relative="1" as="geometry" />
        </mxCell>
        <mxCell id="F2FqlCfq9nmoX4ovO8zy-56" parent="WIyWlLk6GJQsqaUBKTNV-1" style="ellipse;whiteSpace=wrap;html=1;align=center;labelBackgroundColor=none;" value="Location" vertex="1">
          <mxGeometry height="40" width="100" x="57" y="165" as="geometry" />
        </mxCell>
        <mxCell id="F2FqlCfq9nmoX4ovO8zy-58" parent="WIyWlLk6GJQsqaUBKTNV-1" style="text;whiteSpace=wrap;" value="&lt; 1,000." vertex="1">
          <mxGeometry height="40" width="160" x="-73" y="272.1" as="geometry" />
        </mxCell>
        <mxCell id="icmh4nqBmKOSiX7Z1ctt-0" parent="WIyWlLk6GJQsqaUBKTNV-1" style="text;html=1;whiteSpace=wrap;strokeColor=none;fillColor=none;align=center;verticalAlign=middle;rounded=0;" value="&lt;font style=&quot;font-size: 18px;&quot;&gt;&lt;b&gt;EXAM FALL 2025&lt;/b&gt;&lt;/font&gt;" vertex="1">
          <mxGeometry height="50" width="290" x="-793" y="30.00000000000003" as="geometry" />
+         </mxCell>
+         <mxCell id="_-BluXMh5370Aork4lTV-0" edge="1" parent="WIyWlLk6GJQsqaUBKTNV-1" source="_-BluXMh5370Aork4lTV-6" style="edgeStyle=orthogonalEdgeStyle;rounded=1;orthogonalLoop=1;jettySize=auto;html=1;labelBackgroundColor=none;fontColor=default;" target="_-BluXMh5370Aork4lTV-9" value=" ">
+           <mxGeometry relative="1" as="geometry" />
+         </mxCell>
+         <mxCell id="_-BluXMh5370Aork4lTV-1" edge="1" parent="WIyWlLk6GJQsqaUBKTNV-1" source="_-BluXMh5370Aork4lTV-6" style="rounded=1;orthogonalLoop=1;jettySize=auto;html=1;labelBackgroundColor=none;fontColor=default;" target="_-BluXMh5370Aork4lTV-7">
+           <mxGeometry relative="1" as="geometry" />
+         </mxCell>
+         <mxCell id="_-BluXMh5370Aork4lTV-2" edge="1" parent="WIyWlLk6GJQsqaUBKTNV-1" source="_-BluXMh5370Aork4lTV-6" style="rounded=1;orthogonalLoop=1;jettySize=auto;html=1;labelBackgroundColor=none;fontColor=default;" target="_-BluXMh5370Aork4lTV-10">
+           <mxGeometry relative="1" as="geometry" />
+         </mxCell>
+         <mxCell id="_-BluXMh5370Aork4lTV-4" edge="1" parent="WIyWlLk6GJQsqaUBKTNV-1" source="_-BluXMh5370Aork4lTV-6" style="edgeStyle=orthogonalEdgeStyle;rounded=1;orthogonalLoop=1;jettySize=auto;html=1;entryX=0;entryY=0.5;entryDx=0;entryDy=0;labelBackgroundColor=none;fontColor=default;" target="_-BluXMh5370Aork4lTV-14">
+           <mxGeometry relative="1" as="geometry" />
+         </mxCell>
+         <mxCell id="_-BluXMh5370Aork4lTV-5" connectable="0" parent="_-BluXMh5370Aork4lTV-4" style="edgeLabel;html=1;align=center;verticalAlign=middle;resizable=0;points=[];" value="0...n" vertex="1">
+           <mxGeometry relative="1" x="-0.815" y="-1" as="geometry">
+             <mxPoint as="offset" />
+           </mxGeometry>
+         </mxCell>
+         <mxCell id="_-BluXMh5370Aork4lTV-6" parent="WIyWlLk6GJQsqaUBKTNV-1" style="whiteSpace=wrap;html=1;align=center;labelBackgroundColor=none;" value="Researcher" vertex="1">
+           <mxGeometry height="40" width="100" x="-436.25" y="861.4" as="geometry" />
+         </mxCell>
+         <mxCell id="_-BluXMh5370Aork4lTV-7" parent="WIyWlLk6GJQsqaUBKTNV-1" style="ellipse;whiteSpace=wrap;html=1;align=center;labelBackgroundColor=none;" value="&lt;u&gt;Researcher ID&lt;/u&gt;" vertex="1">
+           <mxGeometry height="40" width="100" x="-549.75" y="781.4" as="geometry" />
+         </mxCell>
+         <mxCell id="_-BluXMh5370Aork4lTV-9" parent="WIyWlLk6GJQsqaUBKTNV-1" style="ellipse;whiteSpace=wrap;html=1;align=center;labelBackgroundColor=none;" value="Name" vertex="1">
+           <mxGeometry height="40" width="100" x="-436.25" y="781.4" as="geometry" />
+         </mxCell>
+         <mxCell id="_-BluXMh5370Aork4lTV-10" parent="WIyWlLk6GJQsqaUBKTNV-1" style="ellipse;whiteSpace=wrap;html=1;align=center;labelBackgroundColor=none;" value="Field of&amp;nbsp;expertise" vertex="1">
+           <mxGeometry height="48.6" width="106.25" x="-326.25" y="781.4" as="geometry" />
+         </mxCell>
+         <mxCell id="_-BluXMh5370Aork4lTV-11" edge="1" parent="WIyWlLk6GJQsqaUBKTNV-1" source="_-BluXMh5370Aork4lTV-14" style="rounded=1;orthogonalLoop=1;jettySize=auto;html=1;entryX=0.5;entryY=1;entryDx=0;entryDy=0;labelBackgroundColor=none;fontColor=default;" target="_-BluXMh5370Aork4lTV-16">
+           <mxGeometry relative="1" as="geometry" />
+         </mxCell>
+         <mxCell id="_-BluXMh5370Aork4lTV-12" edge="1" parent="WIyWlLk6GJQsqaUBKTNV-1" source="_-BluXMh5370Aork4lTV-14" style="edgeStyle=orthogonalEdgeStyle;rounded=1;orthogonalLoop=1;jettySize=auto;html=1;entryX=0;entryY=0.5;entryDx=0;entryDy=0;labelBackgroundColor=none;fontColor=default;" target="_-BluXMh5370Aork4lTV-22">
+           <mxGeometry relative="1" as="geometry" />
+         </mxCell>
+         <mxCell id="_-BluXMh5370Aork4lTV-13" connectable="0" parent="_-BluXMh5370Aork4lTV-12" style="edgeLabel;html=1;align=center;verticalAlign=middle;resizable=0;points=[];" value="0...n" vertex="1">
+           <mxGeometry relative="1" x="0.6714" y="2" as="geometry">
+             <mxPoint as="offset" />
+           </mxGeometry>
+         </mxCell>
+         <mxCell id="_-BluXMh5370Aork4lTV-14" parent="WIyWlLk6GJQsqaUBKTNV-1" style="shape=rhombus;perimeter=rhombusPerimeter;whiteSpace=wrap;html=1;align=center;labelBackgroundColor=none;" value="Visits" vertex="1">
+           <mxGeometry height="100" width="100" x="-138.25" y="831.4" as="geometry" />
+         </mxCell>
+         <mxCell id="_-BluXMh5370Aork4lTV-16" parent="WIyWlLk6GJQsqaUBKTNV-1" style="ellipse;whiteSpace=wrap;html=1;align=center;labelBackgroundColor=none;" value="time_of_visit" vertex="1">
+           <mxGeometry height="40" width="100" x="-138.25" y="770" as="geometry" />
+         </mxCell>
+         <mxCell id="_-BluXMh5370Aork4lTV-18" edge="1" parent="WIyWlLk6GJQsqaUBKTNV-1" source="_-BluXMh5370Aork4lTV-22" style="rounded=1;orthogonalLoop=1;jettySize=auto;html=1;entryX=0.5;entryY=1;entryDx=0;entryDy=0;labelBackgroundColor=none;fontColor=default;" target="_-BluXMh5370Aork4lTV-23">
+           <mxGeometry relative="1" as="geometry" />
+         </mxCell>
+         <mxCell id="_-BluXMh5370Aork4lTV-19" edge="1" parent="WIyWlLk6GJQsqaUBKTNV-1" source="_-BluXMh5370Aork4lTV-22" style="rounded=1;orthogonalLoop=1;jettySize=auto;html=1;entryX=0.5;entryY=1;entryDx=0;entryDy=0;labelBackgroundColor=none;fontColor=default;" target="_-BluXMh5370Aork4lTV-24">
+           <mxGeometry relative="1" as="geometry" />
+         </mxCell>
+         <mxCell id="_-BluXMh5370Aork4lTV-20" edge="1" parent="WIyWlLk6GJQsqaUBKTNV-1" source="_-BluXMh5370Aork4lTV-22" style="edgeStyle=orthogonalEdgeStyle;rounded=0;orthogonalLoop=1;jettySize=auto;html=1;entryX=0;entryY=0.5;entryDx=0;entryDy=0;" target="_-BluXMh5370Aork4lTV-29">
+           <mxGeometry relative="1" as="geometry" />
+         </mxCell>
+         <mxCell id="_-BluXMh5370Aork4lTV-21" connectable="0" parent="_-BluXMh5370Aork4lTV-20" style="edgeLabel;html=1;align=center;verticalAlign=middle;resizable=0;points=[];" value="1..1" vertex="1">
+           <mxGeometry relative="1" x="-0.8209" y="1" as="geometry">
+             <mxPoint as="offset" />
+           </mxGeometry>
+         </mxCell>
+         <mxCell id="_-BluXMh5370Aork4lTV-22" parent="WIyWlLk6GJQsqaUBKTNV-1" style="whiteSpace=wrap;html=1;align=center;labelBackgroundColor=none;" value="Ancient_site" vertex="1">
+           <mxGeometry height="40" width="100" x="133.75" y="861.4" as="geometry" />
+         </mxCell>
+         <mxCell id="_-BluXMh5370Aork4lTV-23" parent="WIyWlLk6GJQsqaUBKTNV-1" style="ellipse;whiteSpace=wrap;html=1;align=center;labelBackgroundColor=none;fontStyle=4" value="Country" vertex="1">
+           <mxGeometry height="40" width="100" x="33.75" y="800" as="geometry" />
+         </mxCell>
+         <mxCell id="_-BluXMh5370Aork4lTV-24" parent="WIyWlLk6GJQsqaUBKTNV-1" style="ellipse;whiteSpace=wrap;html=1;align=center;labelBackgroundColor=none;" value="Length" vertex="1">
+           <mxGeometry height="40" width="100" x="243.75" y="800" as="geometry" />
+         </mxCell>
+         <mxCell id="_-BluXMh5370Aork4lTV-27" edge="1" parent="WIyWlLk6GJQsqaUBKTNV-1" source="_-BluXMh5370Aork4lTV-29" style="edgeStyle=orthogonalEdgeStyle;rounded=0;orthogonalLoop=1;jettySize=auto;html=1;" target="_-BluXMh5370Aork4lTV-32" value="">
+           <mxGeometry relative="1" as="geometry" />
+         </mxCell>
+         <mxCell id="_-BluXMh5370Aork4lTV-28" connectable="0" parent="_-BluXMh5370Aork4lTV-27" style="edgeLabel;html=1;align=center;verticalAlign=middle;resizable=0;points=[];" value="0..n" vertex="1">
+           <mxGeometry relative="1" x="0.485" as="geometry">
+             <mxPoint as="offset" />
+           </mxGeometry>
+         </mxCell>
+         <mxCell id="_-BluXMh5370Aork4lTV-29" parent="WIyWlLk6GJQsqaUBKTNV-1" style="shape=rhombus;perimeter=rhombusPerimeter;whiteSpace=wrap;html=1;align=center;labelBackgroundColor=none;double=1;" value="has" vertex="1">
+           <mxGeometry height="100" width="100" x="333.75" y="831.4" as="geometry" />
+         </mxCell>
+         <mxCell id="_-BluXMh5370Aork4lTV-32" parent="WIyWlLk6GJQsqaUBKTNV-1" style="shape=ext;double=1;rounded=0;whiteSpace=wrap;html=1;" value="Artifact" vertex="1">
+           <mxGeometry height="50" width="120" x="529.75" y="856.4" as="geometry" />
+         </mxCell>
+         <mxCell id="_-BluXMh5370Aork4lTV-33" edge="1" parent="WIyWlLk6GJQsqaUBKTNV-1" source="_-BluXMh5370Aork4lTV-34" style="rounded=0;orthogonalLoop=1;jettySize=auto;html=1;" target="_-BluXMh5370Aork4lTV-32">
+           <mxGeometry relative="1" as="geometry" />
+         </mxCell>
+         <mxCell id="_-BluXMh5370Aork4lTV-34" parent="WIyWlLk6GJQsqaUBKTNV-1" style="ellipse;whiteSpace=wrap;html=1;align=center;labelBackgroundColor=none;" value="Age.MIN(500)" vertex="1">
+           <mxGeometry height="40" width="100" x="449.75" y="780" as="geometry" />
+         </mxCell>
+         <mxCell id="_-BluXMh5370Aork4lTV-35" edge="1" parent="WIyWlLk6GJQsqaUBKTNV-1" source="_-BluXMh5370Aork4lTV-36" style="edgeStyle=orthogonalEdgeStyle;rounded=0;orthogonalLoop=1;jettySize=auto;html=1;" target="_-BluXMh5370Aork4lTV-32" value="">
+           <mxGeometry relative="1" as="geometry" />
+         </mxCell>
+         <mxCell id="_-BluXMh5370Aork4lTV-36" parent="WIyWlLk6GJQsqaUBKTNV-1" style="ellipse;whiteSpace=wrap;html=1;align=center;labelBackgroundColor=none;" value="Artifact_ID" vertex="1">
+           <mxGeometry height="40" width="100" x="539.75" y="750" as="geometry" />
+         </mxCell>
+         <mxCell id="_-BluXMh5370Aork4lTV-37" edge="1" parent="WIyWlLk6GJQsqaUBKTNV-1" source="_-BluXMh5370Aork4lTV-38" style="rounded=0;orthogonalLoop=1;jettySize=auto;html=1;" target="_-BluXMh5370Aork4lTV-32">
+           <mxGeometry relative="1" as="geometry" />
+         </mxCell>
+         <mxCell id="_-BluXMh5370Aork4lTV-38" parent="WIyWlLk6GJQsqaUBKTNV-1" style="ellipse;whiteSpace=wrap;html=1;align=center;labelBackgroundColor=none;" value="Material" vertex="1">
+           <mxGeometry height="40" width="100" x="629.75" y="781.4" as="geometry" />
+         </mxCell>
+         <mxCell id="_-BluXMh5370Aork4lTV-43" edge="1" parent="WIyWlLk6GJQsqaUBKTNV-1" source="_-BluXMh5370Aork4lTV-47" style="rounded=0;orthogonalLoop=1;jettySize=auto;html=1;exitX=0.5;exitY=0;exitDx=0;exitDy=0;entryX=0.964;entryY=1.001;entryDx=0;entryDy=0;entryPerimeter=0;endArrow=none;endFill=0;" target="_-BluXMh5370Aork4lTV-6">
+           <mxGeometry relative="1" as="geometry">
+             <mxPoint x="-334.85000000000014" y="901.4000000000001" as="targetPoint" />
+           </mxGeometry>
+         </mxCell>
+         <mxCell id="_-BluXMh5370Aork4lTV-44" connectable="0" parent="_-BluXMh5370Aork4lTV-43" style="edgeLabel;html=1;align=center;verticalAlign=middle;resizable=0;points=[];" value="0...1" vertex="1">
+           <mxGeometry relative="1" x="0.6387" y="2" as="geometry">
+             <mxPoint x="2" y="4" as="offset" />
+           </mxGeometry>
+         </mxCell>
+         <mxCell id="_-BluXMh5370Aork4lTV-45" edge="1" parent="WIyWlLk6GJQsqaUBKTNV-1" source="_-BluXMh5370Aork4lTV-47" style="edgeStyle=orthogonalEdgeStyle;rounded=0;orthogonalLoop=1;jettySize=auto;html=1;">
+           <mxGeometry relative="1" as="geometry">
+             <mxPoint x="530" y="910" as="targetPoint" />
+           </mxGeometry>
+         </mxCell>
+         <mxCell id="_-BluXMh5370Aork4lTV-46" connectable="0" parent="_-BluXMh5370Aork4lTV-45" style="edgeLabel;html=1;align=center;verticalAlign=middle;resizable=0;points=[];" value="0...1" vertex="1">
+           <mxGeometry relative="1" x="0.964" y="1" as="geometry">
+             <mxPoint as="offset" />
+           </mxGeometry>
+         </mxCell>
+         <mxCell id="_-BluXMh5370Aork4lTV-47" parent="WIyWlLk6GJQsqaUBKTNV-1" style="shape=rhombus;perimeter=rhombusPerimeter;whiteSpace=wrap;html=1;align=center;labelBackgroundColor=none;" value="Removes" vertex="1">
+           <mxGeometry height="100" width="100" x="-390" y="939.5200000000001" as="geometry" />
+         </mxCell>
+         <mxCell id="_-BluXMh5370Aork4lTV-49" edge="1" parent="WIyWlLk6GJQsqaUBKTNV-1" source="_-BluXMh5370Aork4lTV-50" style="edgeStyle=orthogonalEdgeStyle;rounded=0;orthogonalLoop=1;jettySize=auto;html=1;entryX=0.5;entryY=0;entryDx=0;entryDy=0;" target="_-BluXMh5370Aork4lTV-22" value="">
+           <mxGeometry relative="1" as="geometry" />
+         </mxCell>
+         <mxCell id="_-BluXMh5370Aork4lTV-50" parent="WIyWlLk6GJQsqaUBKTNV-1" style="ellipse;whiteSpace=wrap;html=1;align=center;labelBackgroundColor=none;fontStyle=4" value="Name" vertex="1">
+           <mxGeometry height="40" width="100" x="140" y="800" as="geometry" />
+         </mxCell>
+         <mxCell id="_-BluXMh5370Aork4lTV-54" edge="1" parent="WIyWlLk6GJQsqaUBKTNV-1" source="_-BluXMh5370Aork4lTV-56" style="rounded=0;orthogonalLoop=1;jettySize=auto;html=1;exitX=0.5;exitY=0;exitDx=0;exitDy=0;entryX=0.359;entryY=0.924;entryDx=0;entryDy=0;entryPerimeter=0;strokeColor=default;endArrow=none;endFill=0;" target="_-BluXMh5370Aork4lTV-6">
+           <mxGeometry relative="1" as="geometry">
+             <mxPoint x="-440" y="902" as="targetPoint" />
+           </mxGeometry>
+         </mxCell>
+         <mxCell id="_-BluXMh5370Aork4lTV-55" connectable="0" parent="_-BluXMh5370Aork4lTV-54" style="edgeLabel;html=1;align=center;verticalAlign=middle;resizable=0;points=[];" value="0...1" vertex="1">
+           <mxGeometry relative="1" x="0.6387" y="2" as="geometry">
+             <mxPoint x="2" y="4" as="offset" />
+           </mxGeometry>
+         </mxCell>
+         <mxCell id="_-BluXMh5370Aork4lTV-56" parent="WIyWlLk6GJQsqaUBKTNV-1" style="shape=rhombus;perimeter=rhombusPerimeter;whiteSpace=wrap;html=1;align=center;labelBackgroundColor=none;" value="studies" vertex="1">
+           <mxGeometry height="100" width="100" x="-450" y="1000.0000000000001" as="geometry" />
+         </mxCell>
+         <mxCell id="_-BluXMh5370Aork4lTV-57" edge="1" parent="WIyWlLk6GJQsqaUBKTNV-1" source="_-BluXMh5370Aork4lTV-56" style="edgeStyle=orthogonalEdgeStyle;rounded=0;orthogonalLoop=1;jettySize=auto;html=1;entryX=0.558;entryY=1.028;entryDx=0;entryDy=0;entryPerimeter=0;exitX=1;exitY=0.5;exitDx=0;exitDy=0;" target="_-BluXMh5370Aork4lTV-32">
+           <mxGeometry relative="1" as="geometry">
+             <mxPoint x="-215" y="1019.52" as="sourcePoint" />
+             <mxPoint x="600" y="939.52" as="targetPoint" />
+           </mxGeometry>
+         </mxCell>
+         <mxCell id="_-BluXMh5370Aork4lTV-58" connectable="0" parent="_-BluXMh5370Aork4lTV-57" style="edgeLabel;html=1;align=center;verticalAlign=middle;resizable=0;points=[];" value="0...n" vertex="1">
+           <mxGeometry relative="1" x="0.964" y="1" as="geometry">
+             <mxPoint as="offset" />
+           </mxGeometry>
        </mxCell>
      </root>
    </mxGraphModel>
  </diagram>
</mxfile>
